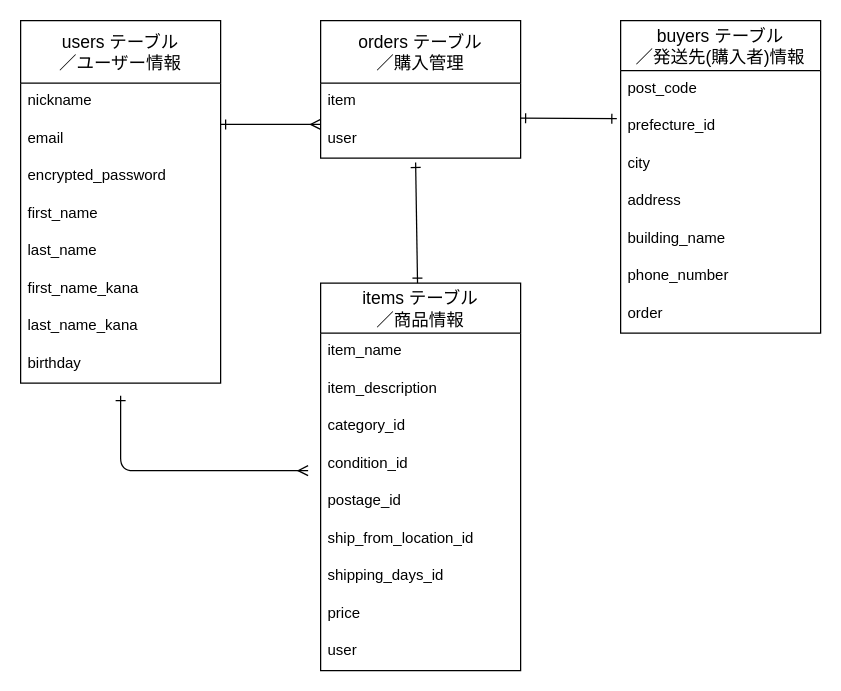
This is er.dio from Cristina1201/furima-40013, a draw.io file, before an edit. Source tidied: cells renumbered, new cells numbered last; positions are measured from the earlier drawing's top-left corner, leaving out a move shared by most shapes. Both pictures are drawn from the tidied source at 125%, with x=0, y=0 at pixel (20, 20).
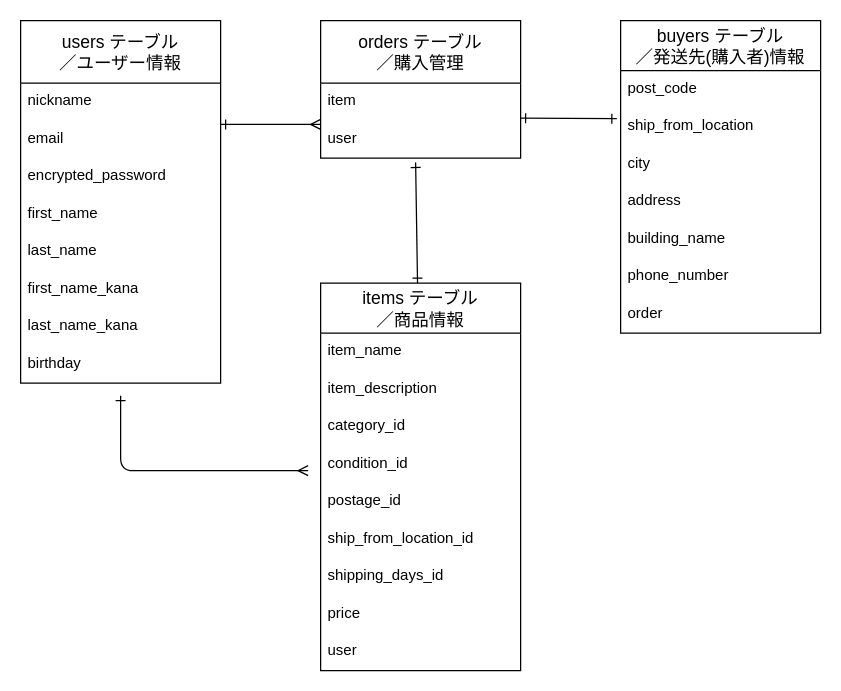
The same diagram, later.

Unchanged cells that the change refers to:
```xml
<mxCell id="27" value="buyers テーブル&#10;／発送先(購入者)情報" style="swimlane;fontStyle=0;horizontal=1;startSize=40;align=center;fontSize=14;" parent="1" vertex="1">
  <mxGeometry x="480" width="160" height="250" as="geometry" />
</mxCell>
```

What changed in the source:
```diff
@@
-    <mxCell id="29" value="prefecture_id " style="text;strokeColor=none;fillColor=none;spacingLeft=4;spacingRight=4;overflow=hidden;points=[[0,0.5],[1,0.5]];portConstraint=eastwest;fontSize=12;" parent="27" vertex="1">
+    <mxCell id="29" value="ship_from_location" style="text;strokeColor=none;fillColor=none;spacingLeft=4;spacingRight=4;overflow=hidden;points=[[0,0.5],[1,0.5]];portConstraint=eastwest;fontSize=12;" parent="27" vertex="1">
       <mxGeometry y="70" width="160" height="30" as="geometry" />
     </mxCell>
```
